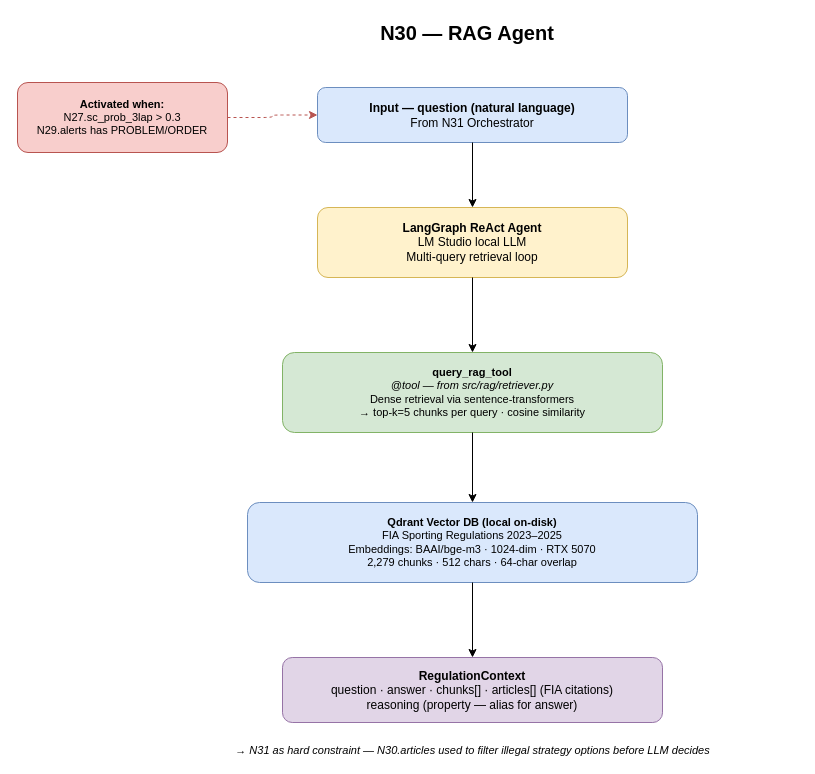
Before: documents/dev_docs/diagrams/agents/N30_rag_agent.drawio in VforVitorio/F1-StratLab, a draw.io diagram. Source tidied: cells renumbered, new cells numbered last; positions are measured from the earlier drawing's top-left corner, leaving out a move shared by most shapes. Both pictures are drawn from the tidied source at 100%, with x=0, y=0 at pixel (17, 17).
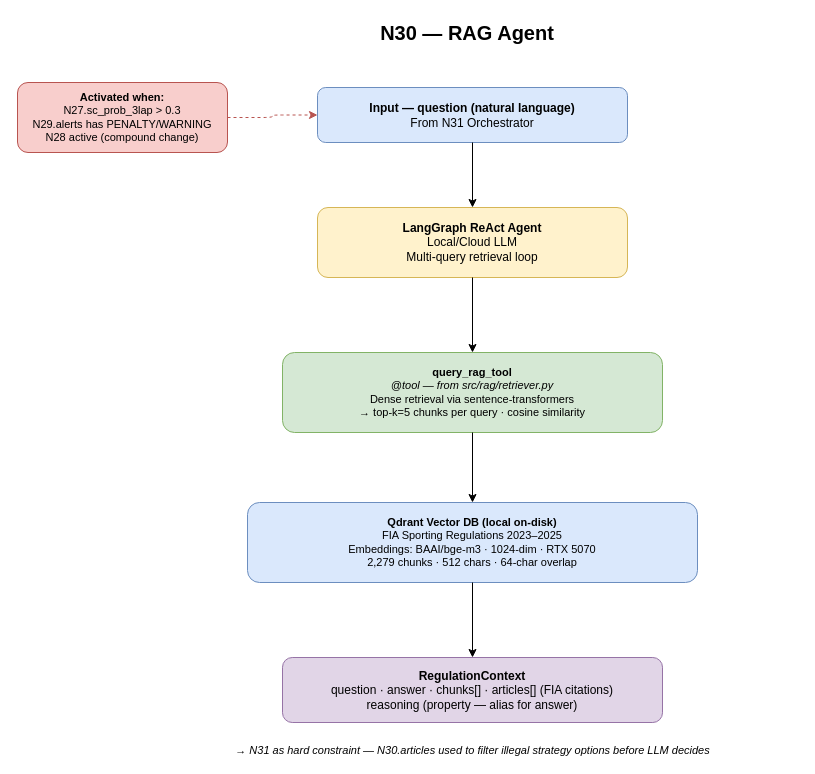
The same page after the edit.

Commit message:
updated N30 rag agent diagram

Change to the diagram source:
```diff
@@
 <mxGraphModel>
   <root>
     <mxCell id="0" />
     <mxCell id="1" parent="0" />
     <mxCell id="2" value="N30 — RAG Agent" style="text;html=1;strokeColor=none;fillColor=none;align=center;verticalAlign=middle;whiteSpace=wrap;fontSize=20;fontStyle=1;" parent="1" vertex="1">
       <mxGeometry x="250" width="400" height="30" as="geometry" />
     </mxCell>
-    <mxCell id="3" value="&lt;b&gt;Activated when:&lt;/b&gt;&lt;br/&gt;N27.sc_prob_3lap &gt; 0.3&lt;br/&gt;N29.alerts has PROBLEM/ORDER" style="rounded=1;whiteSpace=wrap;html=1;fillColor=#f8cecc;strokeColor=#b85450;fontSize=11;" parent="1" vertex="1">
+    <mxCell id="3" value="&lt;b&gt;Activated when:&lt;/b&gt;&lt;br/&gt;N27.sc_prob_3lap &gt; 0.3&lt;br/&gt;N29.alerts has PENALTY/WARNING&lt;br/&gt;N28 active (compound change)" style="rounded=1;whiteSpace=wrap;html=1;fillColor=#f8cecc;strokeColor=#b85450;fontSize=11;" parent="1" vertex="1">
       <mxGeometry y="65" width="210" height="70" as="geometry" />
     </mxCell>
     <mxCell id="4" value="&lt;b&gt;Input — question (natural language)&lt;/b&gt;&lt;br/&gt;From N31 Orchestrator" style="rounded=1;whiteSpace=wrap;html=1;fillColor=#dae8fc;strokeColor=#6c8ebf;" parent="1" vertex="1">
       <mxGeometry x="300" y="70" width="310" height="55" as="geometry" />
     </mxCell>
-    <mxCell id="5" value="&lt;b&gt;LangGraph ReAct Agent&lt;/b&gt;&lt;br/&gt;LM Studio local LLM&lt;br/&gt;Multi-query retrieval loop" style="rounded=1;whiteSpace=wrap;html=1;fillColor=#fff2cc;strokeColor=#d6b656;" parent="1" vertex="1">
+    <mxCell id="5" value="&lt;b&gt;LangGraph ReAct Agent&lt;/b&gt;&lt;br/&gt;Local/Cloud LLM&lt;br/&gt;Multi-query retrieval loop" style="rounded=1;whiteSpace=wrap;html=1;fillColor=#fff2cc;strokeColor=#d6b656;" parent="1" vertex="1">
       <mxGeometry x="300" y="190" width="310" height="70" as="geometry" />
     </mxCell>
     <mxCell id="6" value="&lt;b&gt;query_rag_tool&lt;/b&gt;&lt;br/&gt;&lt;i&gt;@tool — from src/rag/retriever.py&lt;/i&gt;&lt;br/&gt;Dense retrieval via sentence-transformers&lt;br/&gt;→ top-k=5 chunks per query · cosine similarity" style="rounded=1;whiteSpace=wrap;html=1;fillColor=#d5e8d4;strokeColor=#82b366;fontSize=11;" parent="1" vertex="1">
       <mxGeometry x="265" y="335" width="380" height="80" as="geometry" />
     </mxCell>
     <mxCell id="7" value="&lt;b&gt;Qdrant Vector DB (local on-disk)&lt;/b&gt;&lt;br/&gt;FIA Sporting Regulations 2023–2025&lt;br/&gt;Embeddings: BAAI/bge-m3 · 1024-dim · RTX 5070&lt;br/&gt;2,279 chunks · 512 chars · 64-char overlap" style="rounded=1;whiteSpace=wrap;html=1;fillColor=#dae8fc;strokeColor=#6c8ebf;fontSize=11;" parent="1" vertex="1">
       <mxGeometry x="230" y="485" width="450" height="80" as="geometry" />
     </mxCell>
     <mxCell id="8" value="&lt;b&gt;RegulationContext&lt;/b&gt;&lt;br/&gt;question · answer · chunks[] · articles[] (FIA citations)&lt;br/&gt;reasoning (property — alias for answer)" style="rounded=1;whiteSpace=wrap;html=1;fillColor=#e1d5e7;strokeColor=#9673a6;" parent="1" vertex="1">
       <mxGeometry x="265" y="640" width="380" height="65" as="geometry" />
     </mxCell>
     <mxCell id="9" value="→ N31 as hard constraint — N30.articles used to filter illegal strategy options before LLM decides" style="text;html=1;strokeColor=none;fillColor=none;align=center;fontStyle=2;fontSize=11;" parent="1" vertex="1">
       <mxGeometry x="130" y="720" width="650" height="20" as="geometry" />
     </mxCell>
     <mxCell id="10" style="edgeStyle=orthogonalEdgeStyle;dashed=1;strokeColor=#b85450;" parent="1" edge="1" source="3" target="4">
       <mxGeometry relative="1" as="geometry" />
     </mxCell>
     <mxCell id="11" style="edgeStyle=orthogonalEdgeStyle;" parent="1" edge="1" source="4" target="5">
       <mxGeometry relative="1" as="geometry" />
     </mxCell>
     <mxCell id="12" style="edgeStyle=orthogonalEdgeStyle;" parent="1" edge="1" source="5" target="6">
       <mxGeometry relative="1" as="geometry" />
     </mxCell>
     <mxCell id="13" style="edgeStyle=orthogonalEdgeStyle;" parent="1" edge="1" source="6" target="7">
       <mxGeometry relative="1" as="geometry" />
     </mxCell>
     <mxCell id="14" style="edgeStyle=orthogonalEdgeStyle;" parent="1" edge="1" source="7" target="8">
       <mxGeometry relative="1" as="geometry" />
     </mxCell>
   </root>
 </mxGraphModel>
```
